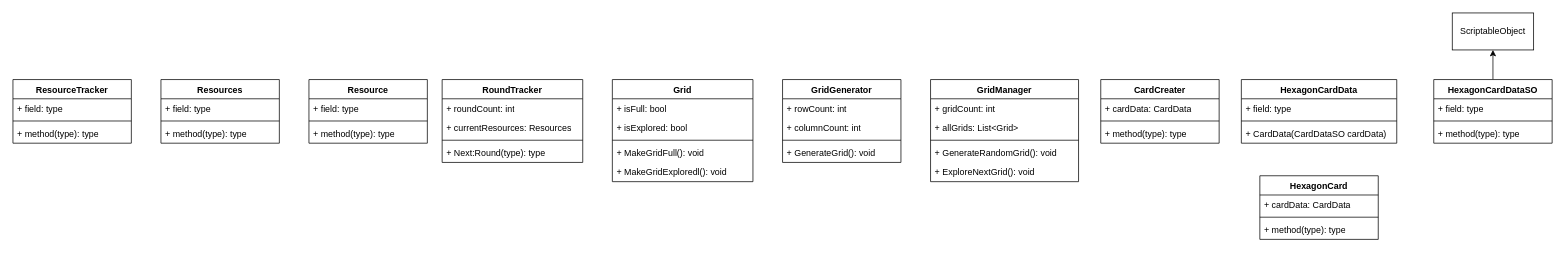
The draw.io diagram ClassDiagram.drawio in Berkay1119/TerraformForSirius, before the edit. Source tidied: cells renumbered, new cells numbered last; positions are measured from the earlier drawing's top-left corner, leaving out a move shared by most shapes. Both pictures are drawn from the tidied source at 74%, with x=0, y=0 at pixel (13, 13).
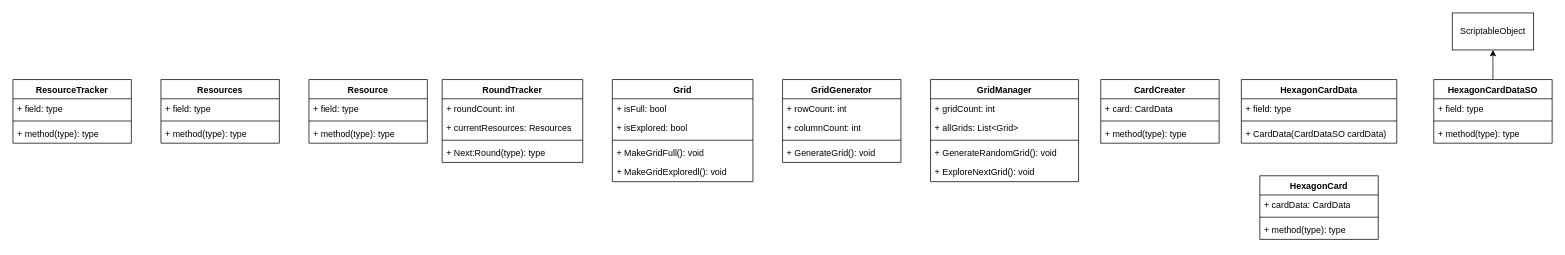
Above is the later version.

Commit message (it also covers changes not shown here):
playing the card system has been coded

Unchanged cells that the change refers to:
```xml
<mxCell id="50" value="CardCreater" style="swimlane;fontStyle=1;align=center;verticalAlign=top;horizontal=1;startSize=26;whiteSpace=wrap;html=1;" parent="1" vertex="1">
  <mxGeometry x="1470" y="90" width="160" height="86" as="geometry" />
</mxCell>
```

What changed in the source:
```diff
@@
-    <mxCell id="51" value="+ cardData: CardData" style="text;strokeColor=none;fillColor=none;align=left;verticalAlign=top;spacingLeft=4;spacingRight=4;overflow=hidden;whiteSpace=wrap;html=1;" parent="50" vertex="1">
+    <mxCell id="51" value="+ card: CardData" style="text;strokeColor=none;fillColor=none;align=left;verticalAlign=top;spacingLeft=4;spacingRight=4;overflow=hidden;whiteSpace=wrap;html=1;" parent="50" vertex="1">
       <mxGeometry y="26" width="160" height="26" as="geometry" />
     </mxCell>
```
